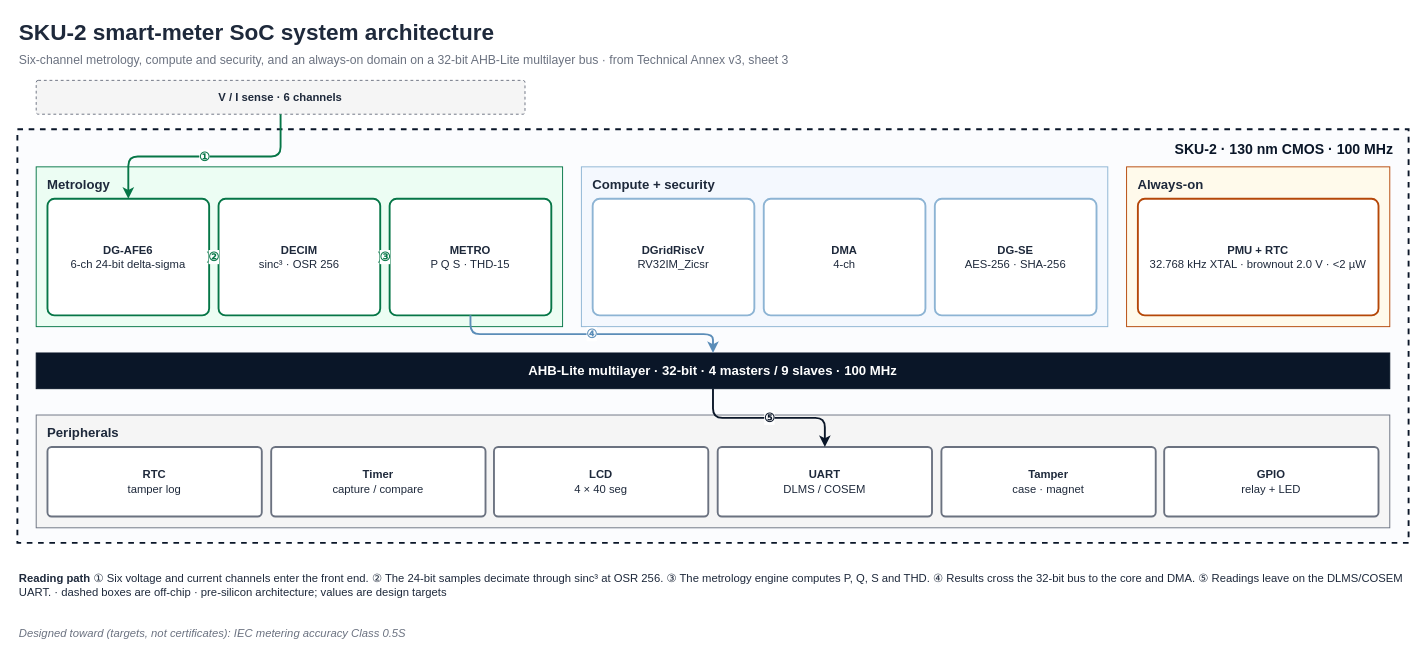
The draw.io diagram public/downloads/sku-2-architecture.drawio in shekerkamma/deepgrid-dr-silicon-v11, before the edit. Source tidied: cells renumbered, new cells numbered last; positions are measured from the earlier drawing's top-left corner, leaving out a move shared by most shapes. Both pictures are drawn from the tidied source at 94%, with x=0, y=0 at pixel (17, 16).
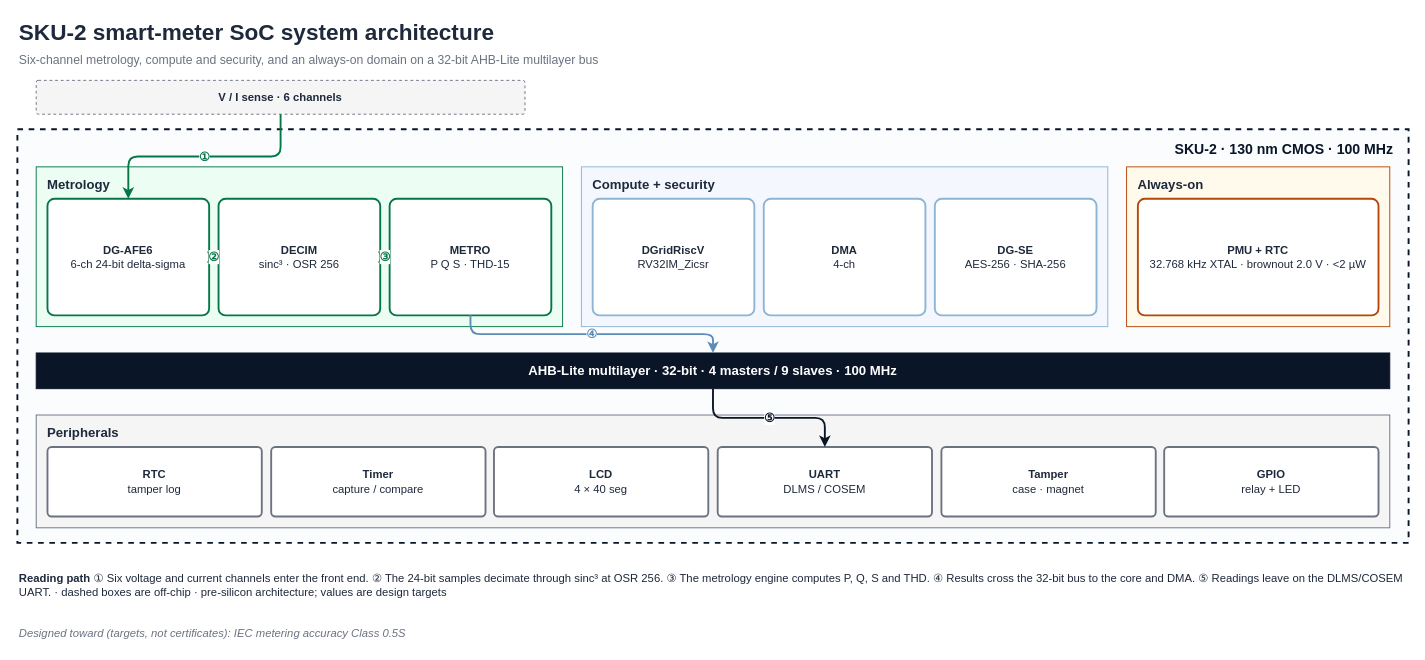
After the change.

The edit, as a diff of the source:
```diff
@@
-    <mxCell id="3" value="Six-channel metrology, compute and security, and an always-on domain on a 32-bit AHB-Lite multilayer bus · from Technical Annex v3, sheet 3" style="text;html=1;align=left;verticalAlign=middle;whiteSpace=wrap;fontSize=13;fontColor=#6B7280;" parent="1" vertex="1">
+    <mxCell id="3" value="Six-channel metrology, compute and security, and an always-on domain on a 32-bit AHB-Lite multilayer bus" style="text;html=1;align=left;verticalAlign=middle;whiteSpace=wrap;fontSize=13;fontColor=#6B7280;" parent="1" vertex="1">
       <mxGeometry y="34" width="1480" height="24" as="geometry" />
     </mxCell>
```
